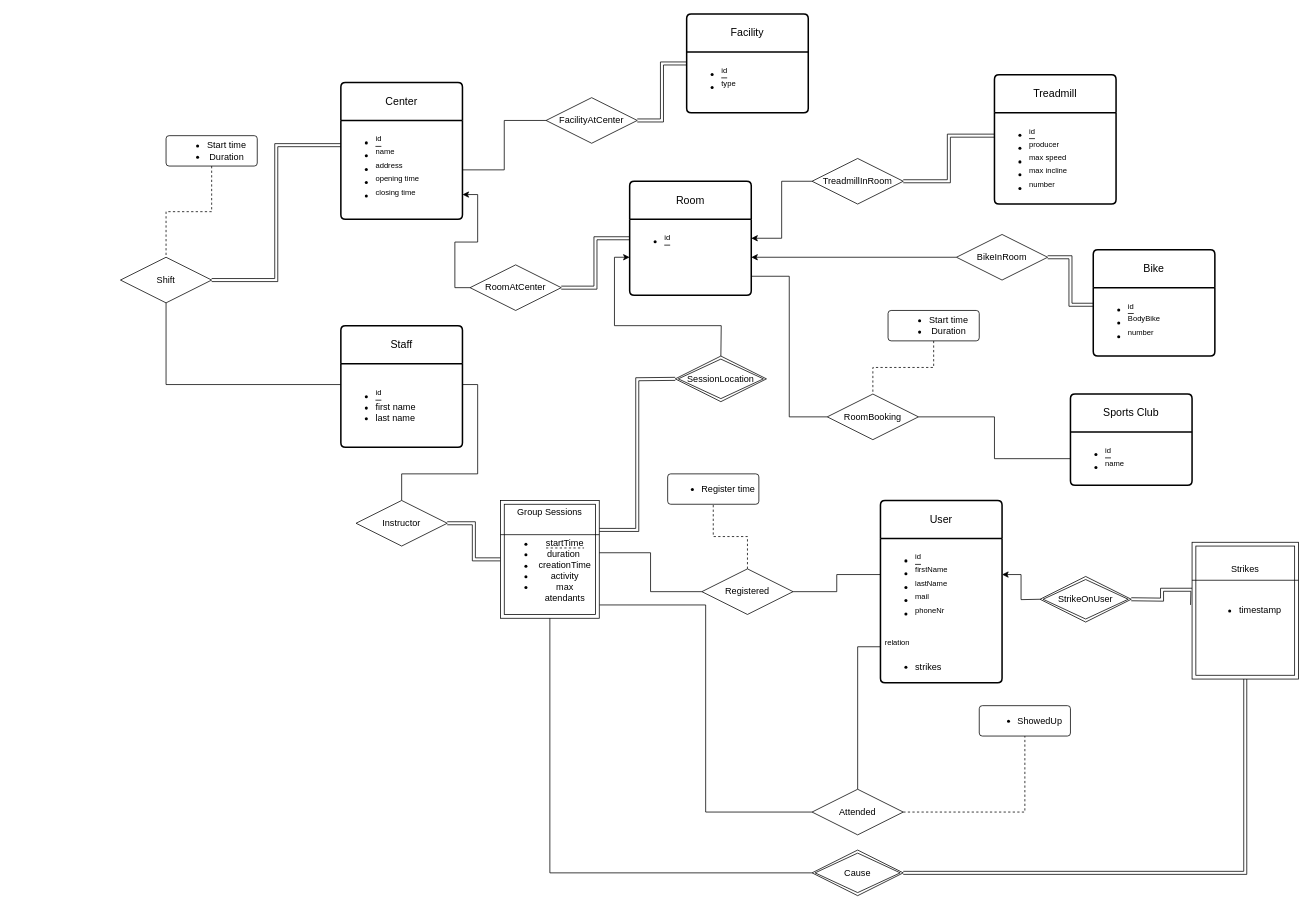
Before: er-diagram.drawio in Simenf05/database-project, a draw.io diagram. Source tidied: cells renumbered, new cells numbered last; positions are measured from the earlier drawing's top-left corner, leaving out a move shared by most shapes. Both pictures are drawn from the tidied source at 76%, with x=0, y=0 at pixel (120, 14).
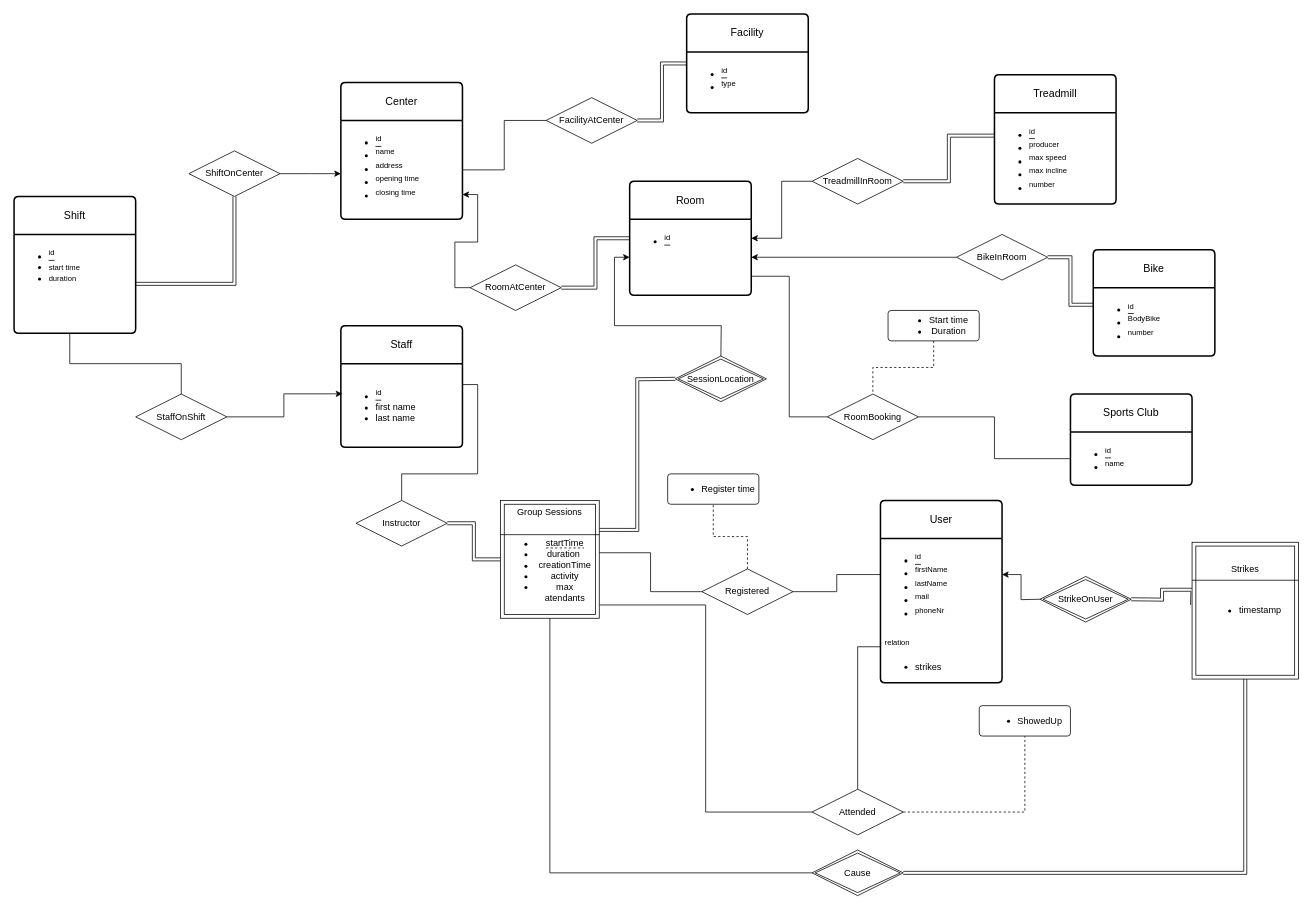
The same page after the edit.

Unchanged cells that the change refers to:
```xml
<mxCell id="3" value="&lt;ul&gt;&lt;li&gt;&lt;u&gt;&lt;sup&gt;id&lt;/sup&gt;&lt;/u&gt;&lt;/li&gt;&lt;li&gt;&lt;sup&gt;name&amp;nbsp;&lt;/sup&gt;&lt;/li&gt;&lt;li&gt;&lt;sup&gt;address&lt;/sup&gt;&lt;/li&gt;&lt;li&gt;&lt;sup&gt;opening time&lt;/sup&gt;&lt;/li&gt;&lt;li&gt;&lt;sup&gt;closing time&lt;/sup&gt;&lt;/li&gt;&lt;/ul&gt;" style="align=left;strokeColor=none;fillColor=none;spacingLeft=4;spacingRight=4;fontSize=12;verticalAlign=top;html=1;whiteSpace=wrap;" parent="2" vertex="1">
  <mxGeometry y="50" width="160" height="130" as="geometry" />
</mxCell>
<mxCell id="16" value="&lt;br&gt;&lt;ul&gt;&lt;li&gt;&lt;u&gt;&lt;sup&gt;id&lt;/sup&gt;&lt;/u&gt;&lt;/li&gt;&lt;li&gt;first name&lt;/li&gt;&lt;li&gt;last name&lt;/li&gt;&lt;/ul&gt;" style="align=left;strokeColor=none;fillColor=none;spacingLeft=4;spacingRight=4;fontSize=12;verticalAlign=top;html=1;whiteSpace=wrap;" parent="15" vertex="1">
  <mxGeometry y="50" width="160" height="110" as="geometry" />
</mxCell>
```

What changed in the source:
```diff
@@
-    <mxCell id="17" style="edgeStyle=orthogonalEdgeStyle;rounded=0;jettySize=auto;html=1;entryX=0;entryY=0.25;entryDx=0;entryDy=0;endArrow=none;endFill=0;startArrow=none;startFill=0;strokeColor=default;shape=link;" parent="1" edge="1" source="19" target="3">
-      <mxGeometry relative="1" as="geometry" />
-    </mxCell>
-    <mxCell id="18" style="edgeStyle=orthogonalEdgeStyle;rounded=0;jettySize=auto;html=1;entryX=0;entryY=0.25;entryDx=0;entryDy=0;endArrow=none;endFill=0;exitX=0.5;exitY=1;exitDx=0;exitDy=0;" parent="1" edge="1" source="19" target="16">
-      <mxGeometry relative="1" as="geometry" />
-    </mxCell>
-    <mxCell id="19" value="&lt;div&gt;Shift&lt;/div&gt;" style="shape=rhombus;perimeter=rhombusPerimeter;whiteSpace=wrap;html=1;align=center;" parent="1" vertex="1">
-      <mxGeometry y="320" width="120" height="60" as="geometry" />
-    </mxCell>
-    <mxCell id="20" style="edgeStyle=orthogonalEdgeStyle;rounded=0;jettySize=auto;html=1;entryX=0.5;entryY=0;entryDx=0;entryDy=0;dashed=1;endArrow=none;endFill=0;" parent="1" edge="1" source="21" target="19">
-      <mxGeometry relative="1" as="geometry" />
-    </mxCell>
-    <mxCell id="21" value="&lt;ul&gt;&lt;li&gt;Start time&lt;/li&gt;&lt;li&gt;Duration&lt;/li&gt;&lt;/ul&gt;" style="rounded=1;arcSize=10;whiteSpace=wrap;html=1;align=center;" parent="1" vertex="1">
-      <mxGeometry x="60" y="160" width="120" height="40" as="geometry" />
-    </mxCell>
@@
+    <mxCell id="19" value="Shift" style="swimlane;horizontal=1;startSize=50;rounded=1;fontSize=14;fontStyle=0;strokeWidth=2;shadow=0;dashed=0;align=center;arcSize=4;whiteSpace=wrap;html=1;" parent="1" vertex="1">
+      <mxGeometry x="-140" y="240" width="160" height="180" as="geometry" />
+    </mxCell>
+    <mxCell id="68" value="&lt;ul&gt;&lt;li&gt;&lt;u&gt;&lt;sup&gt;id&lt;/sup&gt;&lt;/u&gt;&lt;/li&gt;&lt;li&gt;&lt;span style=&quot;font-size: 10px;&quot;&gt;start time&lt;/span&gt;&lt;/li&gt;&lt;li&gt;&lt;span style=&quot;font-size: 10px;&quot;&gt;duration&lt;/span&gt;&lt;/li&gt;&lt;/ul&gt;" style="align=left;strokeColor=none;fillColor=none;spacingLeft=4;spacingRight=4;fontSize=12;verticalAlign=top;html=1;whiteSpace=wrap;" parent="19" vertex="1">
+      <mxGeometry y="50" width="160" height="130" as="geometry" />
+    </mxCell>
+    <mxCell id="69" style="edgeStyle=orthogonalEdgeStyle;rounded=0;jettySize=auto;html=1;endArrow=classic;endFill=1;" parent="1" edge="1" source="70">
+      <mxGeometry relative="1" as="geometry">
+        <mxPoint x="290" y="210" as="targetPoint" />
+      </mxGeometry>
+    </mxCell>
+    <mxCell id="70" value="&lt;div&gt;ShiftOnCenter&lt;/div&gt;" style="shape=rhombus;perimeter=rhombusPerimeter;whiteSpace=wrap;html=1;align=center;" parent="1" vertex="1">
+      <mxGeometry x="90" y="180" width="120" height="60" as="geometry" />
+    </mxCell>
+    <mxCell id="71" style="edgeStyle=orthogonalEdgeStyle;rounded=0;jettySize=auto;html=1;shape=link;" parent="1" edge="1" source="68" target="70">
+      <mxGeometry relative="1" as="geometry" />
+    </mxCell>
+    <mxCell id="72" value="&lt;div&gt;StaffOnShift&lt;/div&gt;" style="shape=rhombus;perimeter=rhombusPerimeter;whiteSpace=wrap;html=1;align=center;" parent="1" vertex="1">
+      <mxGeometry x="20" y="500" width="120" height="60" as="geometry" />
+    </mxCell>
+    <mxCell id="73" style="edgeStyle=orthogonalEdgeStyle;rounded=0;jettySize=auto;html=1;entryX=0.458;entryY=1;entryDx=0;entryDy=0;entryPerimeter=0;endArrow=none;endFill=0;" parent="1" edge="1" source="72" target="68">
+      <mxGeometry relative="1" as="geometry" />
+    </mxCell>
+    <mxCell id="74" style="edgeStyle=orthogonalEdgeStyle;rounded=0;jettySize=auto;html=1;entryX=0.012;entryY=0.361;entryDx=0;entryDy=0;entryPerimeter=0;endArrow=classic;endFill=1;" parent="1" edge="1" source="72" target="16">
+      <mxGeometry relative="1" as="geometry" />
+    </mxCell>
```
